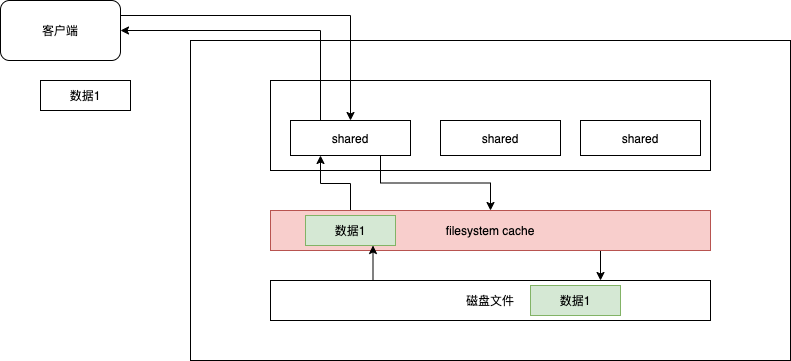
Earlier version of the draw.io export es/filesystem-cache.png (sivanbil/architecthure-diagram). Source tidied: cells renumbered, new cells last; positions are measured from the earlier drawing's top-left corner, leaving out a move shared by most shapes.
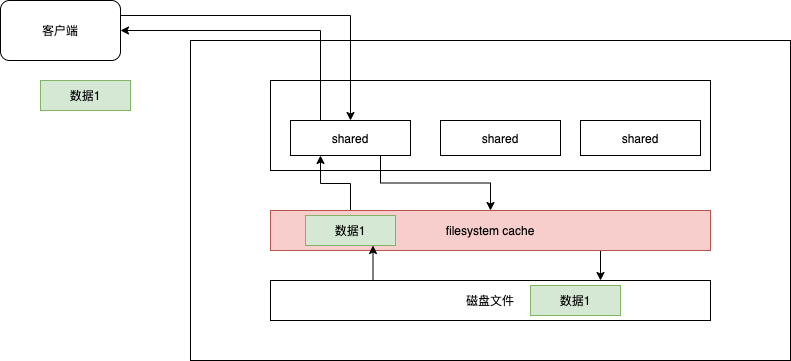
The same file after the commit.

Change to the diagram source:
```diff
@@ -50,7 +50,7 @@
     <mxCell id="15" value="客户端" style="rounded=1;whiteSpace=wrap;html=1;" parent="1" vertex="1">
       <mxGeometry width="120" height="60" as="geometry" />
     </mxCell>
-    <mxCell id="16" value="数据1" style="rounded=0;whiteSpace=wrap;html=1;" parent="1" vertex="1">
+    <mxCell id="16" value="数据1" style="rounded=0;whiteSpace=wrap;html=1;fillColor=#d5e8d4;strokeColor=#82b366;" parent="1" vertex="1">
       <mxGeometry x="40" y="80" width="90" height="30" as="geometry" />
     </mxCell>
     <mxCell id="17" value="数据1" style="rounded=0;whiteSpace=wrap;html=1;fillColor=#d5e8d4;strokeColor=#82b366;" parent="1" vertex="1">
```
